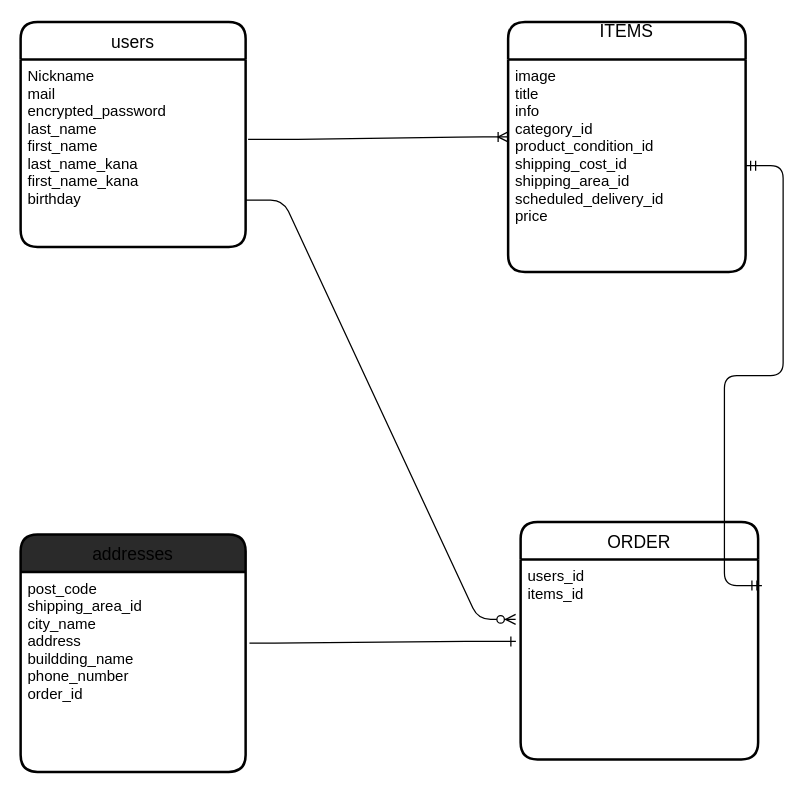
Before: table.dio in DJ-th/furima-35945, a draw.io diagram. Source tidied: cells renumbered, new cells numbered last; positions are measured from the earlier drawing's top-left corner, leaving out a move shared by most shapes. Both pictures are drawn from the tidied source at 125%, with x=0, y=0 at pixel (20, 21).
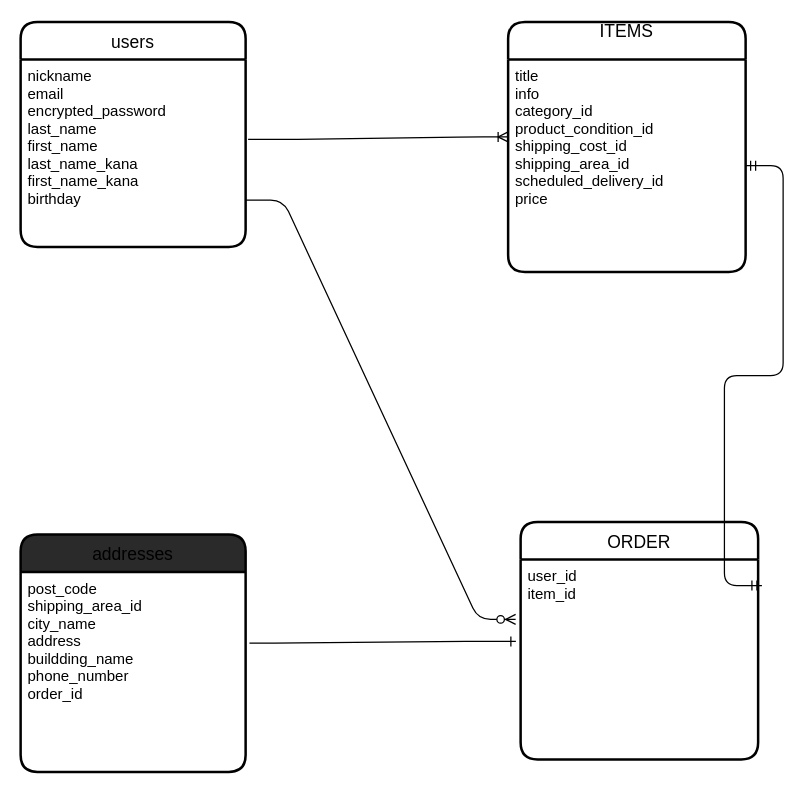
The same diagram, later.

Change to the diagram source:
```diff
@@
 <mxGraphModel>
   <root>
     <mxCell id="0" />
     <mxCell id="1" parent="0" />
     <mxCell id="2" value="users" style="swimlane;horizontal=1;startSize=30;rounded=1;fontSize=14;fontStyle=0;strokeWidth=2;shadow=0;dashed=0;align=center;" parent="1" vertex="1">
       <mxGeometry width="180" height="180" as="geometry" />
     </mxCell>
-    <mxCell id="3" value="Nickname&#10;mail&#10;encrypted_password&#10;last_name&#10;first_name&#10;last_name_kana&#10;first_name_kana&#10;birthday" style="align=left;strokeColor=none;fillColor=none;spacingLeft=4;fontSize=12;verticalAlign=top;" parent="2" vertex="1">
+    <mxCell id="3" value="nickname&#10;email&#10;encrypted_password&#10;last_name&#10;first_name&#10;last_name_kana&#10;first_name_kana&#10;birthday" style="align=left;strokeColor=none;fillColor=none;spacingLeft=4;fontSize=12;verticalAlign=top;" parent="2" vertex="1">
       <mxGeometry y="30" width="180" height="150" as="geometry" />
     </mxCell>
     <mxCell id="4" value="ITEMS&#10;" style="swimlane;horizontal=1;startSize=30;rounded=1;fontSize=14;fontStyle=0;strokeWidth=2;shadow=0;dashed=0;align=center;" parent="1" vertex="1">
       <mxGeometry x="390" width="190" height="200" as="geometry" />
     </mxCell>
-    <mxCell id="5" value="image&#10;title&#10;info&#10;category_id&#10;product_condition_id&#10;shipping_cost_id&#10;shipping_area_id&#10;scheduled_delivery_id&#10;price" style="align=left;strokeColor=none;fillColor=none;spacingLeft=4;fontSize=12;verticalAlign=top;" parent="4" vertex="1">
+    <mxCell id="5" value="title&#10;info&#10;category_id&#10;product_condition_id&#10;shipping_cost_id&#10;shipping_area_id&#10;scheduled_delivery_id&#10;price" style="align=left;strokeColor=none;fillColor=none;spacingLeft=4;fontSize=12;verticalAlign=top;" parent="4" vertex="1">
       <mxGeometry y="30" width="190" height="170" as="geometry" />
     </mxCell>
     <mxCell id="6" value="ORDER" style="swimlane;horizontal=1;startSize=30;rounded=1;fontSize=14;fontStyle=0;strokeWidth=2;shadow=0;dashed=0;align=center;" parent="1" vertex="1">
       <mxGeometry x="400" y="400" width="190" height="190" as="geometry" />
     </mxCell>
-    <mxCell id="7" value="users_id&#10;items_id" style="align=left;strokeColor=none;fillColor=none;spacingLeft=4;fontSize=12;verticalAlign=top;" parent="6" vertex="1">
+    <mxCell id="7" value="user_id&#10;item_id" style="align=left;strokeColor=none;fillColor=none;spacingLeft=4;fontSize=12;verticalAlign=top;" parent="6" vertex="1">
       <mxGeometry y="30" width="190" height="160" as="geometry" />
     </mxCell>
     <mxCell id="8" value="addresses" style="swimlane;horizontal=1;startSize=30;rounded=1;fontSize=14;fontStyle=0;strokeWidth=2;shadow=0;dashed=0;align=center;fillColor=#2a2a2a;" parent="1" vertex="1">
       <mxGeometry y="410" width="180" height="190" as="geometry" />
     </mxCell>
     <mxCell id="9" value="post_code&#10;shipping_area_id&#10;city_name&#10;address&#10;buildding_name&#10;phone_number&#10;order_id" style="align=left;strokeColor=none;fillColor=none;spacingLeft=4;fontSize=12;verticalAlign=top;" parent="8" vertex="1">
       <mxGeometry y="30" width="180" height="160" as="geometry" />
     </mxCell>
     <mxCell id="10" style="edgeStyle=entityRelationEdgeStyle;fontSize=12;html=1;endArrow=ERoneToMany;exitX=1.011;exitY=0.427;exitDx=0;exitDy=0;exitPerimeter=0;" parent="1" edge="1" source="3">
       <mxGeometry relative="1" as="geometry">
         <mxPoint x="390" y="92" as="targetPoint" />
       </mxGeometry>
     </mxCell>
     <mxCell id="11" style="edgeStyle=entityRelationEdgeStyle;fontSize=12;html=1;endArrow=ERone;endFill=1;entryX=-0.02;entryY=0.41;entryDx=0;entryDy=0;entryPerimeter=0;exitX=1.017;exitY=0.356;exitDx=0;exitDy=0;exitPerimeter=0;" parent="1" edge="1" source="9" target="7">
       <mxGeometry relative="1" as="geometry" />
     </mxCell>
     <mxCell id="12" style="edgeStyle=entityRelationEdgeStyle;fontSize=12;html=1;endArrow=ERzeroToMany;endFill=1;exitX=1;exitY=0.75;exitDx=0;exitDy=0;entryX=-0.021;entryY=0.3;entryDx=0;entryDy=0;entryPerimeter=0;" parent="1" edge="1" source="3" target="7">
       <mxGeometry relative="1" as="geometry" />
     </mxCell>
     <mxCell id="13" style="edgeStyle=entityRelationEdgeStyle;fontSize=12;html=1;endArrow=ERmandOne;startArrow=ERmandOne;exitX=1.016;exitY=0.131;exitDx=0;exitDy=0;exitPerimeter=0;entryX=1;entryY=0.5;entryDx=0;entryDy=0;" parent="1" edge="1" source="7" target="5">
       <mxGeometry relative="1" as="geometry" />
     </mxCell>
   </root>
 </mxGraphModel>
```
